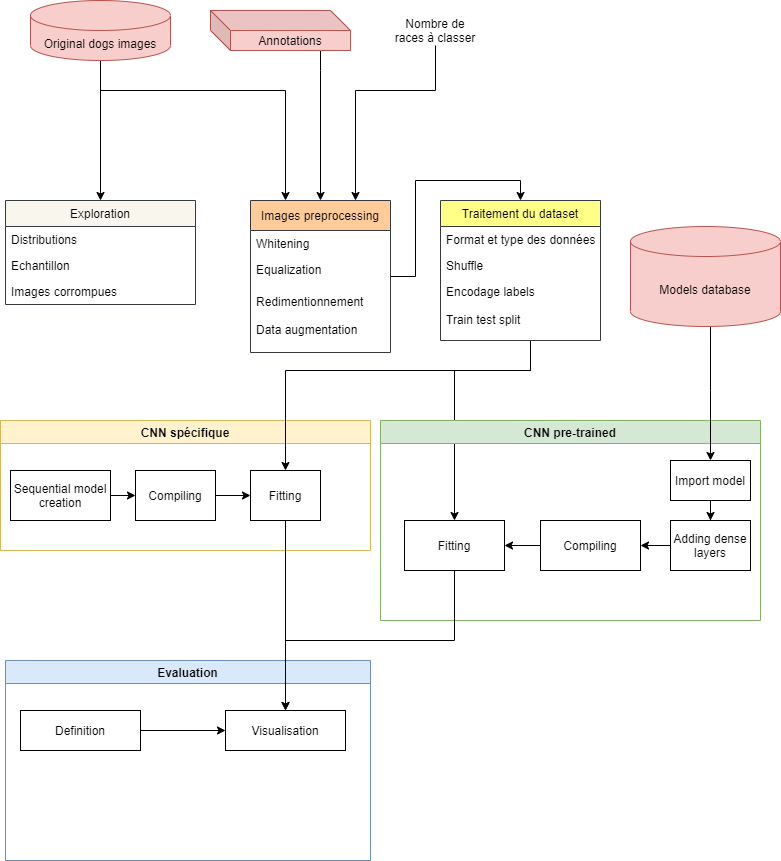
Before: img/process.png, a diagram exported from draw.io (abugeia/P6_OCR_categorise_dog_pictures). Source tidied: cells renumbered, new cells last; positions are measured from the earlier drawing's top-left corner, leaving out a move shared by most shapes.
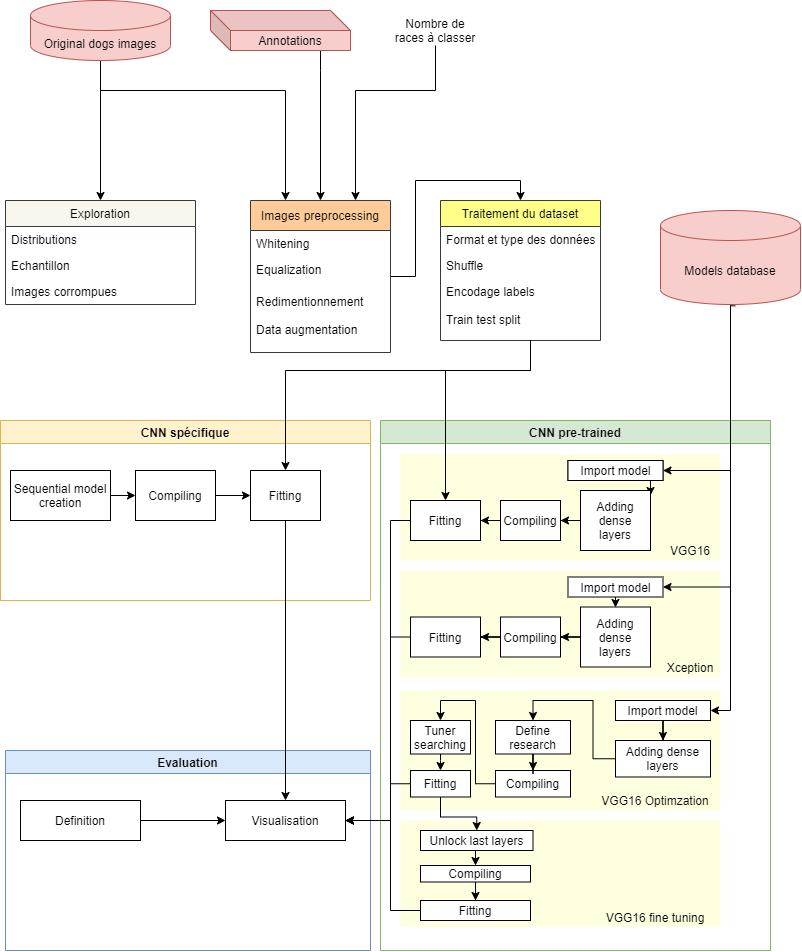
After the change.

The edit, as a diff of the source:
```diff
@@ -66,7 +66,7 @@
       <mxGeometry x="390" y="15" width="90" height="30" as="geometry" />
     </mxCell>
     <mxCell id="18" value="CNN spécifique" style="swimlane;fillColor=#fff2cc;strokeColor=#d6b656;" parent="1" vertex="1">
-      <mxGeometry y="420" width="370" height="130" as="geometry" />
+      <mxGeometry y="420" width="370" height="180" as="geometry" />
     </mxCell>
     <mxCell id="19" value="Sequential model creation" style="whiteSpace=wrap;html=1;" parent="18" vertex="1">
       <mxGeometry x="10" y="50" width="100" height="50" as="geometry" />
@@ -91,14 +91,6 @@
         </Array>
       </mxGeometry>
     </mxCell>
-    <mxCell id="25" style="edgeStyle=orthogonalEdgeStyle;rounded=0;jettySize=auto;html=1;entryX=0.5;entryY=0;entryDx=0;entryDy=0;" parent="1" edge="1" source="26" target="41">
-      <mxGeometry relative="1" as="geometry">
-        <Array as="points">
-          <mxPoint x="530" y="370" />
-          <mxPoint x="454" y="370" />
-        </Array>
-      </mxGeometry>
-    </mxCell>
     <mxCell id="26" value="Traitement du dataset" style="swimlane;fontStyle=0;horizontal=1;startSize=26;fillColor=#ffff88;strokeColor=#36393d;" parent="1" vertex="1">
       <mxGeometry x="440" y="200" width="160" height="140" as="geometry" />
     </mxCell>
@@ -112,7 +104,7 @@
       <mxGeometry y="78" width="160" height="62" as="geometry" />
     </mxCell>
     <mxCell id="30" value="Evaluation" style="swimlane;fillColor=#dae8fc;strokeColor=#6c8ebf;" parent="1" vertex="1">
-      <mxGeometry x="5" y="660" width="365" height="200" as="geometry" />
+      <mxGeometry x="5" y="750" width="365" height="200" as="geometry" />
     </mxCell>
     <mxCell id="31" value="Definition" style="whiteSpace=wrap;html=1;" parent="30" vertex="1">
       <mxGeometry x="15" y="50" width="120" height="40" as="geometry" />
@@ -127,47 +119,217 @@
       <mxGeometry relative="1" as="geometry" />
     </mxCell>
     <mxCell id="35" value="CNN pre-trained" style="swimlane;fillColor=#d5e8d4;strokeColor=#82b366;" parent="1" vertex="1">
-      <mxGeometry x="380" y="420" width="380" height="200" as="geometry" />
+      <mxGeometry x="380" y="420" width="390" height="530" as="geometry" />
     </mxCell>
+    <mxCell id="46" style="rounded=0;whiteSpace=wrap;html=1;strokeColor=none;fillColor=#FFFFCC;opacity=60;align=left;" parent="35" vertex="1">
+      <mxGeometry x="20" y="33.5" width="320" height="106.5" as="geometry" />
+    </mxCell>
+    <mxCell id="47" style="rounded=0;whiteSpace=wrap;html=1;strokeColor=none;fillColor=#FFFFCC;opacity=60;align=left;" parent="35" vertex="1">
+      <mxGeometry x="20" y="400" width="320" height="106.5" as="geometry" />
+    </mxCell>
     <mxCell id="36" value="Import model" style="whiteSpace=wrap;html=1;" parent="35" vertex="1">
-      <mxGeometry x="290" y="40" width="80" height="40" as="geometry" />
+      <mxGeometry x="187.5" y="40" width="95" height="20" as="geometry" />
     </mxCell>
     <mxCell id="37" value="Adding dense layers" style="whiteSpace=wrap;html=1;" parent="35" vertex="1">
-      <mxGeometry x="290" y="100" width="80" height="50" as="geometry" />
+      <mxGeometry x="200" y="70" width="70" height="60" as="geometry" />
     </mxCell>
     <mxCell id="38" style="edgeStyle=orthogonalEdgeStyle;rounded=0;jettySize=auto;html=1;" parent="35" edge="1" source="36" target="37">
-      <mxGeometry relative="1" as="geometry" />
+      <mxGeometry relative="1" as="geometry">
+        <Array as="points">
+          <mxPoint x="270" y="75" />
+        </Array>
+      </mxGeometry>
     </mxCell>
     <mxCell id="39" value="Compiling" style="whiteSpace=wrap;html=1;" parent="35" vertex="1">
-      <mxGeometry x="160" y="100" width="100" height="50" as="geometry" />
+      <mxGeometry x="120" y="80" width="60" height="40" as="geometry" />
     </mxCell>
     <mxCell id="40" style="edgeStyle=orthogonalEdgeStyle;rounded=0;jettySize=auto;html=1;" parent="35" edge="1" source="37" target="39">
       <mxGeometry relative="1" as="geometry" />
     </mxCell>
     <mxCell id="41" value="Fitting" style="whiteSpace=wrap;html=1;" parent="35" vertex="1">
-      <mxGeometry x="24" y="100" width="100" height="50" as="geometry" />
+      <mxGeometry x="30" y="80" width="70" height="40" as="geometry" />
     </mxCell>
     <mxCell id="42" style="edgeStyle=orthogonalEdgeStyle;rounded=0;jettySize=auto;html=1;" parent="35" edge="1" source="39" target="41">
       <mxGeometry relative="1" as="geometry" />
     </mxCell>
+    <mxCell id="48" value="VGG16" style="text;html=1;strokeColor=none;fillColor=none;align=center;verticalAlign=middle;whiteSpace=wrap;rounded=0;opacity=60;" parent="35" vertex="1">
+      <mxGeometry x="290" y="120" width="40" height="20" as="geometry" />
+    </mxCell>
+    <mxCell id="49" value="Adding dense layers" style="whiteSpace=wrap;html=1;" parent="35" vertex="1">
+      <mxGeometry x="200" y="70" width="70" height="60" as="geometry" />
+    </mxCell>
+    <mxCell id="50" value="Import model" style="whiteSpace=wrap;html=1;" parent="35" vertex="1">
+      <mxGeometry x="187.5" y="40" width="95" height="20" as="geometry" />
+    </mxCell>
+    <mxCell id="51" style="rounded=0;whiteSpace=wrap;html=1;strokeColor=none;fillColor=#FFFFCC;opacity=60;align=left;" parent="35" vertex="1">
+      <mxGeometry x="20" y="150" width="320" height="106.5" as="geometry" />
+    </mxCell>
+    <mxCell id="52" style="edgeStyle=orthogonalEdgeStyle;rounded=0;jettySize=auto;html=1;entryX=1;entryY=0.5;entryDx=0;entryDy=0;" parent="35" edge="1" source="53" target="54">
+      <mxGeometry relative="1" as="geometry" />
+    </mxCell>
+    <mxCell id="53" value="Compiling" style="whiteSpace=wrap;html=1;" parent="35" vertex="1">
+      <mxGeometry x="120" y="196.5" width="60" height="40" as="geometry" />
+    </mxCell>
+    <mxCell id="54" value="Fitting" style="whiteSpace=wrap;html=1;" parent="35" vertex="1">
+      <mxGeometry x="30" y="196.5" width="70" height="40" as="geometry" />
+    </mxCell>
+    <mxCell id="55" value="Xception" style="text;html=1;strokeColor=none;fillColor=none;align=center;verticalAlign=middle;whiteSpace=wrap;rounded=0;opacity=60;" parent="35" vertex="1">
+      <mxGeometry x="290" y="236.5" width="40" height="20" as="geometry" />
+    </mxCell>
+    <mxCell id="56" style="edgeStyle=orthogonalEdgeStyle;rounded=0;jettySize=auto;html=1;entryX=1;entryY=0.5;entryDx=0;entryDy=0;" parent="35" edge="1" source="57" target="53">
+      <mxGeometry relative="1" as="geometry" />
+    </mxCell>
+    <mxCell id="57" value="Adding dense layers" style="whiteSpace=wrap;html=1;" parent="35" vertex="1">
+      <mxGeometry x="200" y="186.5" width="70" height="60" as="geometry" />
+    </mxCell>
+    <mxCell id="58" style="edgeStyle=orthogonalEdgeStyle;rounded=0;jettySize=auto;html=1;" parent="35" edge="1" source="59">
+      <mxGeometry relative="1" as="geometry">
+        <mxPoint x="235" y="187" as="targetPoint" />
+        <Array as="points">
+          <mxPoint x="235" y="177" />
+          <mxPoint x="235" y="177" />
+        </Array>
+      </mxGeometry>
+    </mxCell>
+    <mxCell id="59" value="Import model" style="whiteSpace=wrap;html=1;" parent="35" vertex="1">
+      <mxGeometry x="187.5" y="156.5" width="95" height="20" as="geometry" />
+    </mxCell>
+    <mxCell id="60" style="rounded=0;whiteSpace=wrap;html=1;strokeColor=none;fillColor=#FFFFCC;opacity=60;align=left;" parent="35" vertex="1">
+      <mxGeometry x="20" y="270" width="320" height="120" as="geometry" />
+    </mxCell>
+    <mxCell id="61" style="edgeStyle=orthogonalEdgeStyle;rounded=0;jettySize=auto;html=1;entryX=0.5;entryY=0;entryDx=0;entryDy=0;" parent="35" edge="1" source="62" target="77">
+      <mxGeometry relative="1" as="geometry">
+        <Array as="points">
+          <mxPoint x="95" y="363" />
+          <mxPoint x="95" y="280" />
+          <mxPoint x="60" y="280" />
+        </Array>
+      </mxGeometry>
+    </mxCell>
+    <mxCell id="62" value="Compiling" style="whiteSpace=wrap;html=1;" parent="35" vertex="1">
+      <mxGeometry x="115" y="350" width="75" height="26.5" as="geometry" />
+    </mxCell>
+    <mxCell id="63" style="edgeStyle=orthogonalEdgeStyle;rounded=0;jettySize=auto;html=1;" parent="35" edge="1" source="64" target="75">
+      <mxGeometry relative="1" as="geometry" />
+    </mxCell>
+    <mxCell id="64" value="Fitting" style="whiteSpace=wrap;html=1;" parent="35" vertex="1">
+      <mxGeometry x="30" y="350" width="60" height="26.5" as="geometry" />
+    </mxCell>
+    <mxCell id="65" value="VGG16 Optimzation" style="text;html=1;strokeColor=none;fillColor=none;align=center;verticalAlign=middle;whiteSpace=wrap;rounded=0;opacity=60;" parent="35" vertex="1">
+      <mxGeometry x="220" y="370" width="110" height="20" as="geometry" />
+    </mxCell>
+    <mxCell id="66" style="edgeStyle=orthogonalEdgeStyle;rounded=0;jettySize=auto;html=1;entryX=0.5;entryY=0;entryDx=0;entryDy=0;" parent="35" edge="1" source="67" target="79">
+      <mxGeometry relative="1" as="geometry" />
+    </mxCell>
+    <mxCell id="67" value="Adding dense layers" style="whiteSpace=wrap;html=1;" parent="35" vertex="1">
+      <mxGeometry x="235" y="320" width="95" height="36.5" as="geometry" />
+    </mxCell>
+    <mxCell id="68" style="edgeStyle=orthogonalEdgeStyle;rounded=0;jettySize=auto;html=1;entryX=0.5;entryY=0;entryDx=0;entryDy=0;" parent="35" edge="1" source="69" target="67">
+      <mxGeometry relative="1" as="geometry" />
+    </mxCell>
+    <mxCell id="69" value="Import model" style="whiteSpace=wrap;html=1;" parent="35" vertex="1">
+      <mxGeometry x="235" y="280" width="95" height="20" as="geometry" />
+    </mxCell>
+    <mxCell id="70" style="edgeStyle=orthogonalEdgeStyle;rounded=0;jettySize=auto;html=1;entryX=0.5;entryY=0;entryDx=0;entryDy=0;" parent="35" edge="1" source="71" target="72">
+      <mxGeometry relative="1" as="geometry" />
+    </mxCell>
+    <mxCell id="71" value="Compiling" style="whiteSpace=wrap;html=1;" parent="35" vertex="1">
+      <mxGeometry x="40" y="445" width="110" height="16.5" as="geometry" />
+    </mxCell>
+    <mxCell id="72" value="Fitting" style="whiteSpace=wrap;html=1;" parent="35" vertex="1">
+      <mxGeometry x="40" y="480" width="110" height="20" as="geometry" />
+    </mxCell>
+    <mxCell id="73" value="VGG16 fine tuning" style="text;html=1;strokeColor=none;fillColor=none;align=center;verticalAlign=middle;whiteSpace=wrap;rounded=0;opacity=60;" parent="35" vertex="1">
+      <mxGeometry x="220" y="486.5" width="110" height="20" as="geometry" />
+    </mxCell>
+    <mxCell id="74" style="edgeStyle=orthogonalEdgeStyle;rounded=0;jettySize=auto;html=1;" parent="35" edge="1" source="75" target="71">
+      <mxGeometry relative="1" as="geometry">
+        <Array as="points">
+          <mxPoint x="95" y="440" />
+          <mxPoint x="95" y="440" />
+        </Array>
+      </mxGeometry>
+    </mxCell>
+    <mxCell id="75" value="Unlock last layers" style="whiteSpace=wrap;html=1;" parent="35" vertex="1">
+      <mxGeometry x="40" y="410" width="112.5" height="20" as="geometry" />
+    </mxCell>
+    <mxCell id="76" style="edgeStyle=orthogonalEdgeStyle;rounded=0;jettySize=auto;html=1;entryX=0.5;entryY=0;entryDx=0;entryDy=0;" parent="35" edge="1" source="77" target="64">
+      <mxGeometry relative="1" as="geometry">
+        <Array as="points">
+          <mxPoint x="60" y="340" />
+          <mxPoint x="60" y="340" />
+        </Array>
+      </mxGeometry>
+    </mxCell>
+    <mxCell id="77" value="Tuner searching" style="whiteSpace=wrap;html=1;" parent="35" vertex="1">
+      <mxGeometry x="30" y="300" width="60" height="33.5" as="geometry" />
+    </mxCell>
+    <mxCell id="78" style="edgeStyle=orthogonalEdgeStyle;rounded=0;jettySize=auto;html=1;entryX=0.5;entryY=0;entryDx=0;entryDy=0;" parent="35" edge="1" source="79" target="62">
+      <mxGeometry relative="1" as="geometry" />
+    </mxCell>
+    <mxCell id="79" value="Define research" style="whiteSpace=wrap;html=1;" parent="35" vertex="1">
+      <mxGeometry x="115" y="300" width="75" height="33.5" as="geometry" />
+    </mxCell>
-    <mxCell id="43" style="edgeStyle=orthogonalEdgeStyle;rounded=0;jettySize=auto;html=1;entryX=0.5;entryY=0;entryDx=0;entryDy=0;" parent="1" edge="1" source="44" target="36">
+    <mxCell id="43" style="edgeStyle=orthogonalEdgeStyle;rounded=0;jettySize=auto;html=1;entryX=1;entryY=0.5;entryDx=0;entryDy=0;exitX=0.534;exitY=1.014;exitDx=0;exitDy=0;exitPerimeter=0;" parent="1" edge="1" source="44" target="36">
       <mxGeometry relative="1" as="geometry">
         <Array as="points">
-          <mxPoint x="710" y="390" />
-          <mxPoint x="710" y="390" />
+          <mxPoint x="730" y="305" />
+          <mxPoint x="730" y="470" />
         </Array>
       </mxGeometry>
     </mxCell>
+    <mxCell id="80" style="edgeStyle=orthogonalEdgeStyle;rounded=0;jettySize=auto;html=1;entryX=1;entryY=0.5;entryDx=0;entryDy=0;" parent="1" edge="1" source="44" target="59">
+      <mxGeometry relative="1" as="geometry">
+        <Array as="points">
+          <mxPoint x="730" y="586" />
+        </Array>
+      </mxGeometry>
+    </mxCell>
+    <mxCell id="81" style="edgeStyle=orthogonalEdgeStyle;rounded=0;jettySize=auto;html=1;entryX=1;entryY=0.5;entryDx=0;entryDy=0;" parent="1" edge="1" source="44" target="69">
+      <mxGeometry relative="1" as="geometry" />
+    </mxCell>
     <mxCell id="44" value="Models database" style="shape=cylinder3;whiteSpace=wrap;html=1;boundedLbl=1;backgroundOutline=1;size=15;fillColor=#f8cecc;strokeColor=#b85450;" parent="1" vertex="1">
-      <mxGeometry x="630" y="226" width="150" height="100" as="geometry" />
+      <mxGeometry x="660" y="210" width="140" height="94" as="geometry" />
     </mxCell>
-    <mxCell id="45" style="edgeStyle=orthogonalEdgeStyle;rounded=0;jettySize=auto;html=1;entryX=0.5;entryY=0;entryDx=0;entryDy=0;" parent="1" edge="1" source="41" target="32">
+    <mxCell id="45" style="edgeStyle=orthogonalEdgeStyle;rounded=0;jettySize=auto;html=1;exitX=0;exitY=0.5;exitDx=0;exitDy=0;entryX=1;entryY=0.5;entryDx=0;entryDy=0;" parent="1" edge="1" source="41" target="32">
       <mxGeometry relative="1" as="geometry">
         <Array as="points">
-          <mxPoint x="454" y="640" />
-          <mxPoint x="285" y="640" />
+          <mxPoint x="390" y="520" />
+          <mxPoint x="390" y="820" />
         </Array>
       </mxGeometry>
     </mxCell>
+    <mxCell id="82" style="edgeStyle=orthogonalEdgeStyle;rounded=0;jettySize=auto;html=1;entryX=1;entryY=0.5;entryDx=0;entryDy=0;" parent="1" edge="1" source="54" target="32">
+      <mxGeometry relative="1" as="geometry">
+        <Array as="points">
+          <mxPoint x="390" y="636" />
+          <mxPoint x="390" y="820" />
+        </Array>
+      </mxGeometry>
+    </mxCell>
+    <mxCell id="83" style="edgeStyle=orthogonalEdgeStyle;rounded=0;jettySize=auto;html=1;entryX=1;entryY=0.5;entryDx=0;entryDy=0;" parent="1" edge="1" source="64" target="32">
+      <mxGeometry relative="1" as="geometry">
+        <Array as="points">
+          <mxPoint x="390" y="783" />
+          <mxPoint x="390" y="820" />
+        </Array>
+      </mxGeometry>
+    </mxCell>
+    <mxCell id="84" style="edgeStyle=orthogonalEdgeStyle;rounded=0;jettySize=auto;html=1;entryX=1;entryY=0.5;entryDx=0;entryDy=0;" parent="1" edge="1" source="72" target="32">
+      <mxGeometry relative="1" as="geometry">
+        <Array as="points">
+          <mxPoint x="390" y="910" />
+          <mxPoint x="390" y="820" />
+        </Array>
+      </mxGeometry>
+    </mxCell>
+    <mxCell id="25" style="edgeStyle=orthogonalEdgeStyle;rounded=0;jettySize=auto;html=1;entryX=0.5;entryY=0;entryDx=0;entryDy=0;" parent="1" edge="1" source="26" target="41">
+      <mxGeometry relative="1" as="geometry">
+        <Array as="points">
+          <mxPoint x="530" y="370" />
+          <mxPoint x="445" y="370" />
+        </Array>
+      </mxGeometry>
+    </mxCell>
   </root>
 </mxGraphModel>
```
